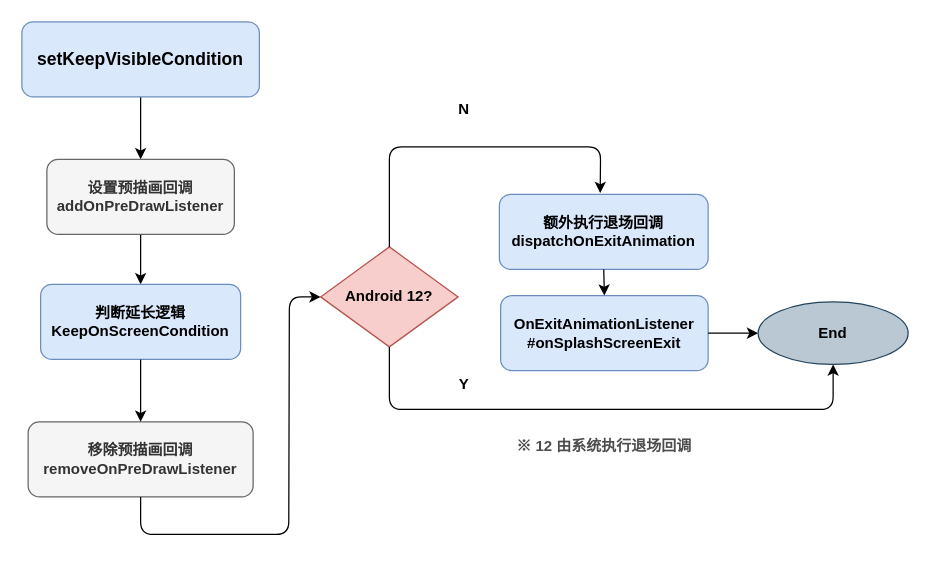
Earlier version of the draw.io diagram ss-keep-原理.drawio (ellisonchan/MineGraph). Source tidied: cells renumbered, new cells numbered last; positions are measured from the earlier drawing's top-left corner, leaving out a move shared by most shapes. Both pictures are drawn from the tidied source at 125%, with x=0, y=0 at pixel (21, 21).
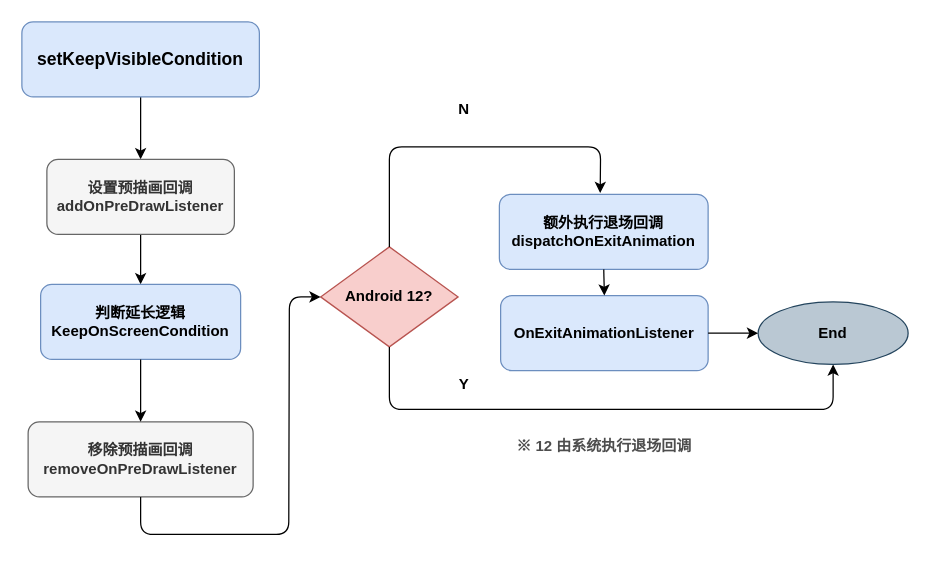
The same page after the edit.

Diff of the diagram source:
```diff
@@
-    <mxCell id="12" value="OnExitAnimationListener&lt;br&gt;#onSplashScreenExit" style="rounded=1;whiteSpace=wrap;html=1;fillColor=#dae8fc;strokeColor=#6c8ebf;fontStyle=1;" parent="1" vertex="1">
+    <mxCell id="12" value="OnExitAnimationListener" style="rounded=1;whiteSpace=wrap;html=1;fillColor=#dae8fc;strokeColor=#6c8ebf;fontStyle=1;" parent="1" vertex="1">
       <mxGeometry x="383" y="219" width="166" height="60" as="geometry" />
     </mxCell>
```
